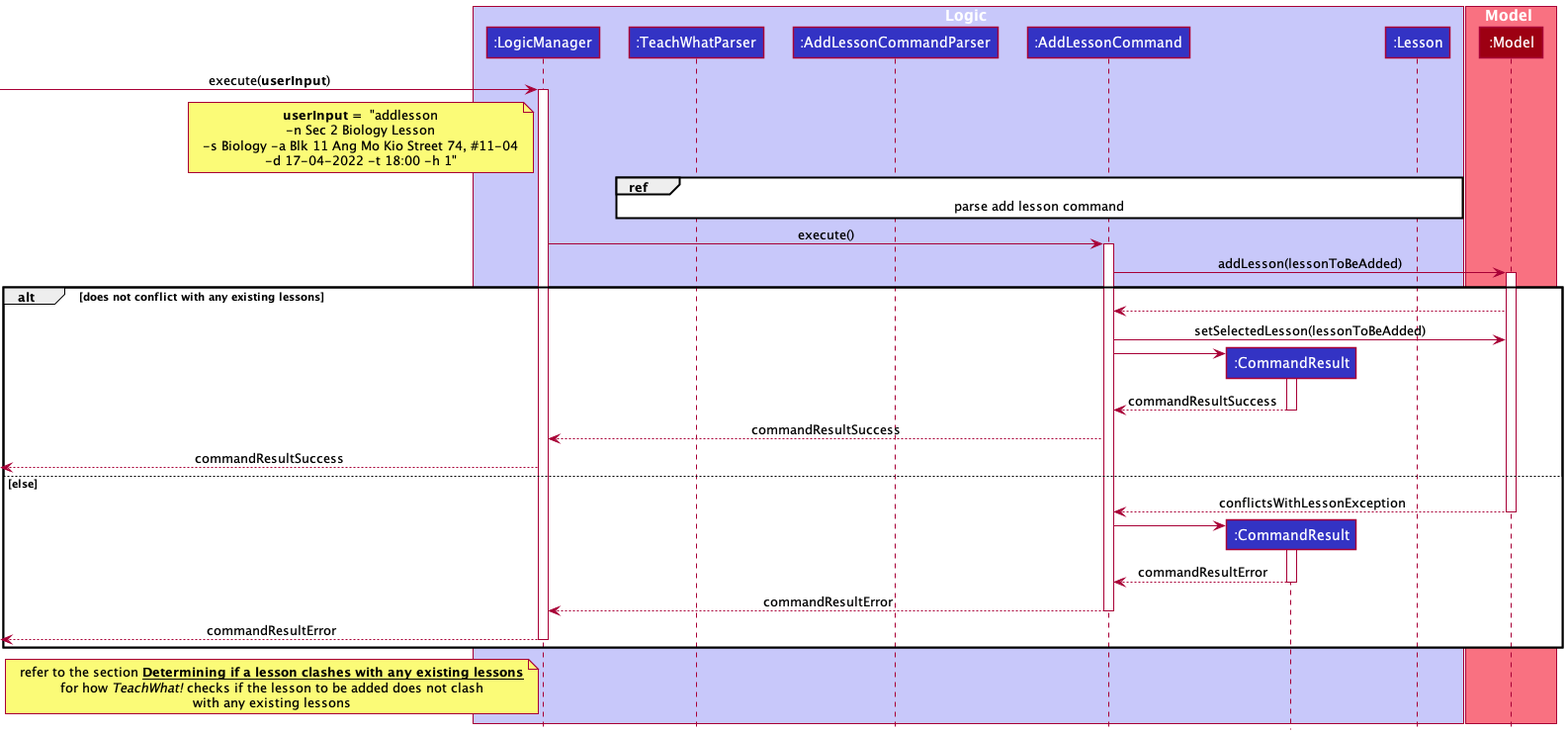
Before: docs/images/AddLessonSequenceDiagram_1.png, a diagram exported from PlantUML (nus-cs2103-AY2122S2/tp).
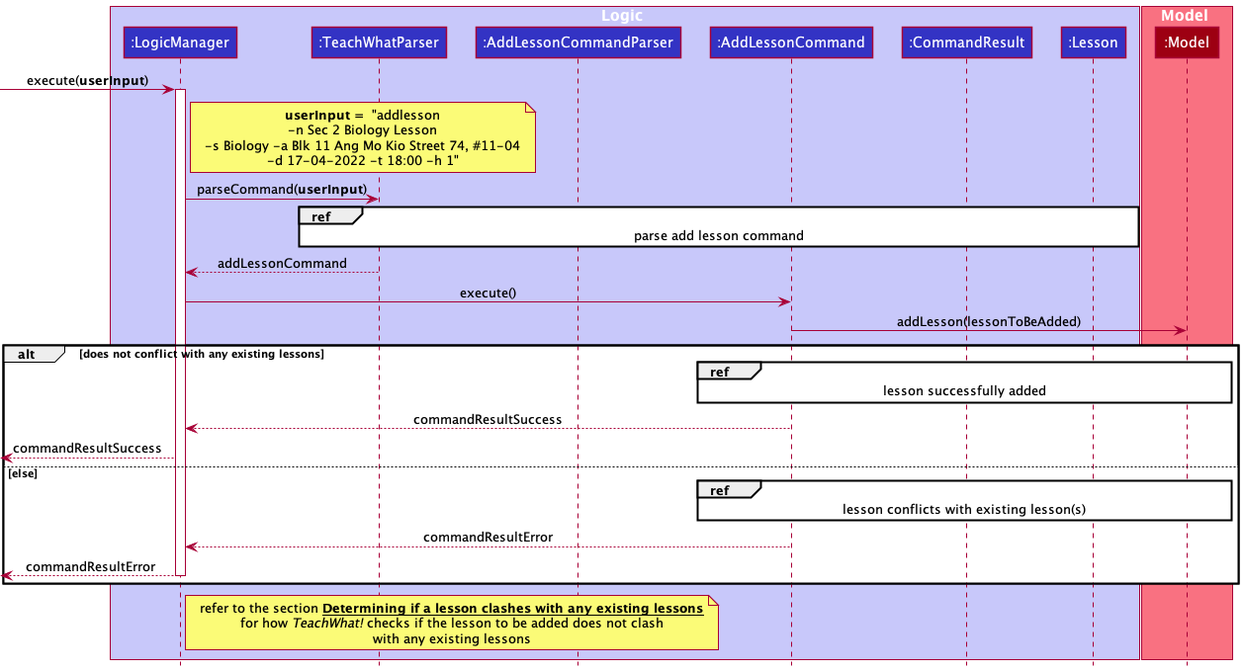
Later version of the same file.

Change to the diagram source:
```diff
@@ -15,7 +15,7 @@
 end box
 
 [-> LogicManager : execute(**userInput**)
-note left of LogicManager
+note right of LogicManager
 **userInput = ** "addlesson
 -n Sec 2 Biology Lesson
 -s Biology -a Blk 11 Ang Mo Kio Street 74, #11-04
@@ -23,45 +23,40 @@
 end note
 activate LogicManager
 
+LogicManager -> TeachWhatParser : parseCommand(**userInput**)
+
 ref over TeachWhatParser, Lesson
 parse add lesson command
 end ref
 
+LogicManager <-- TeachWhatParser : addLessonCommand
+
 LogicManager -> AddLessonCommand : execute()
-activate AddLessonCommand
+
 
 AddLessonCommand -> Model : addLesson(lessonToBeAdded)
-activate Model
 
 alt does not conflict with any existing lessons
-    AddLessonCommand <-- Model
-    AddLessonCommand -> Model : setSelectedLesson(lessonToBeAdded)
-
-    create CommandResult
-    AddLessonCommand -> CommandResult
-    activate CommandResult
-    CommandResult --> AddLessonCommand : commandResultSuccess
-    deactivate CommandResult
+    ref over AddLessonCommand, Lesson, Model
+        lesson successfully added
+    end ref
 
     LogicManager <-- AddLessonCommand : commandResultSuccess
 
     [<--LogicManager : commandResultSuccess
 else else
-     AddLessonCommand <-- Model : conflictsWithLessonException
-     deactivate Model
 
-     create CommandResult
-     AddLessonCommand -> CommandResult
-     activate CommandResult
-     CommandResult --> AddLessonCommand : commandResultError
-     deactivate CommandResult
-     LogicManager <-- AddLessonCommand : commandResultError
-     deactivate AddLessonCommand
+    ref over AddLessonCommand, Lesson, Model
+        lesson conflicts with existing lesson(s)
+    end ref
 
-     [<--LogicManager : commandResultError
-     deactivate LogicManager
+    LogicManager <-- AddLessonCommand : commandResultError
+
+    [<--LogicManager : commandResultError
+
+    deactivate LogicManager
 end
-note left of LogicManager
+note right of LogicManager
         refer to the section __**Determining if a lesson clashes with any existing lessons**__
         for how //TeachWhat!// checks if the lesson to be added does not clash
         with any existing lessons
```
